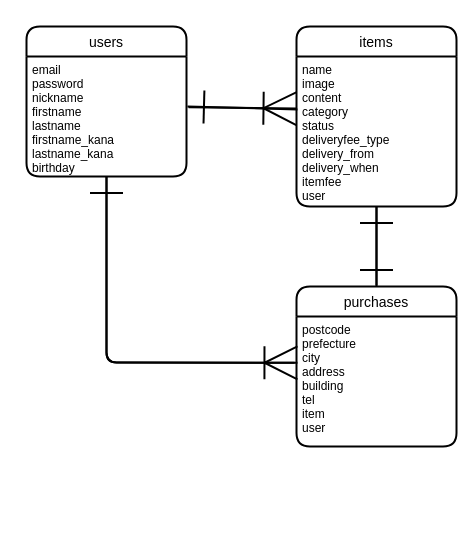
Before: er.dio in ytimesy/furima-38852, a draw.io diagram. Source tidied: cells renumbered, new cells numbered last; positions are measured from the earlier drawing's top-left corner, leaving out a move shared by most shapes. Both pictures are drawn from the tidied source at 100%, with x=0, y=0 at pixel (26, 26).
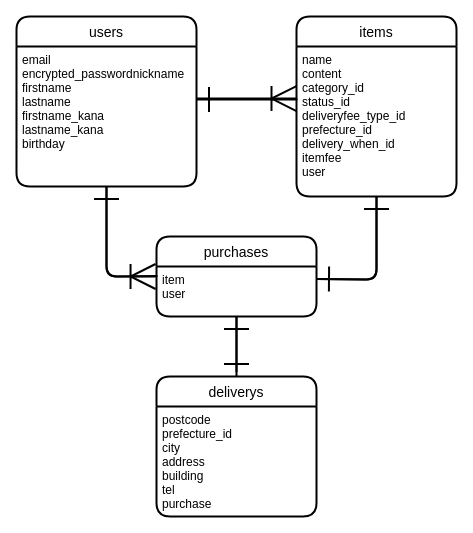
After the change.

Commit message (it also covers changes not shown here):
購入履歴と住所テーブルへ分割

Diff of the diagram source:
```diff
@@
+    <mxCell id="13" style="edgeStyle=none;html=1;exitX=0.5;exitY=1;exitDx=0;exitDy=0;entryX=-0.006;entryY=0.2;entryDx=0;entryDy=0;entryPerimeter=0;endArrow=ERoneToMany;endFill=0;sourcePerimeterSpacing=1;targetPerimeterSpacing=1;strokeColor=default;endSize=22;strokeWidth=2;" parent="1" edge="1" source="7" target="11">
+      <mxGeometry relative="1" as="geometry">
+        <Array as="points">
+          <mxPoint x="80" y="250" />
+        </Array>
+      </mxGeometry>
+    </mxCell>
-    <mxCell id="2" style="edgeStyle=none;html=1;entryX=0.5;entryY=1;entryDx=0;entryDy=0;endArrow=ERone;endFill=0;sourcePerimeterSpacing=1;targetPerimeterSpacing=1;strokeColor=default;exitX=-0.012;exitY=0.356;exitDx=0;exitDy=0;exitPerimeter=0;endSize=30;strokeWidth=2;" parent="1" edge="1" source="11" target="7">
+    <mxCell id="2" style="edgeStyle=none;html=1;entryX=0.5;entryY=1;entryDx=0;entryDy=0;endArrow=ERone;endFill=0;sourcePerimeterSpacing=1;targetPerimeterSpacing=1;strokeColor=default;exitX=0.006;exitY=0.192;exitDx=0;exitDy=0;endSize=22;strokeWidth=2;exitPerimeter=0;" parent="1" edge="1" source="11" target="7">
       <mxGeometry relative="1" as="geometry">
         <Array as="points">
-          <mxPoint x="80" y="336" />
+          <mxPoint x="80" y="250" />
         </Array>
       </mxGeometry>
     </mxCell>
-    <mxCell id="3" style="edgeStyle=none;html=1;exitX=0.006;exitY=0.353;exitDx=0;exitDy=0;endArrow=ERone;endFill=0;sourcePerimeterSpacing=1;targetPerimeterSpacing=1;strokeColor=default;endSize=30;startSize=20;strokeWidth=2;exitPerimeter=0;entryX=1.006;entryY=0.417;entryDx=0;entryDy=0;entryPerimeter=0;" parent="1" edge="1" source="9" target="7">
-      <mxGeometry relative="1" as="geometry" />
+    <mxCell id="3" style="edgeStyle=none;html=1;exitX=0.006;exitY=0.353;exitDx=0;exitDy=0;endArrow=ERone;endFill=0;sourcePerimeterSpacing=1;targetPerimeterSpacing=1;strokeColor=default;endSize=22;startSize=20;strokeWidth=2;exitPerimeter=0;" parent="1" edge="1" source="9">
+      <mxGeometry relative="1" as="geometry">
+        <mxPoint x="170" y="73" as="targetPoint" />
+      </mxGeometry>
     </mxCell>
-    <mxCell id="4" style="edgeStyle=none;html=1;endArrow=ERone;endFill=0;sourcePerimeterSpacing=1;targetPerimeterSpacing=3;strokeColor=default;entryX=0.5;entryY=1;entryDx=0;entryDy=0;endSize=30;strokeWidth=2;" parent="1" edge="1" source="10" target="9">
-      <mxGeometry relative="1" as="geometry" />
+    <mxCell id="4" style="edgeStyle=none;html=1;endArrow=ERone;endFill=0;sourcePerimeterSpacing=1;targetPerimeterSpacing=3;strokeColor=default;entryX=0.5;entryY=1;entryDx=0;entryDy=0;endSize=22;strokeWidth=2;exitX=1;exitY=0.25;exitDx=0;exitDy=0;" parent="1" edge="1" source="11" target="9">
+      <mxGeometry relative="1" as="geometry">
+        <Array as="points">
+          <mxPoint x="350" y="253" />
+        </Array>
+      </mxGeometry>
     </mxCell>
-    <mxCell id="5" style="edgeStyle=none;html=1;exitX=0.5;exitY=1;exitDx=0;exitDy=0;entryX=0.5;entryY=0;entryDx=0;entryDy=0;endArrow=ERone;endFill=0;sourcePerimeterSpacing=1;targetPerimeterSpacing=1;strokeColor=default;strokeWidth=2;endSize=30;startSize=6;jumpSize=13;" parent="1" edge="1" source="9" target="10">
-      <mxGeometry relative="1" as="geometry" />
+    <mxCell id="5" style="edgeStyle=none;html=1;exitX=0.5;exitY=1;exitDx=0;exitDy=0;endArrow=ERone;endFill=0;sourcePerimeterSpacing=1;targetPerimeterSpacing=1;strokeColor=default;strokeWidth=2;endSize=22;startSize=6;jumpSize=13;entryX=1;entryY=0.25;entryDx=0;entryDy=0;" parent="1" edge="1" source="9" target="11">
+      <mxGeometry relative="1" as="geometry">
+        <Array as="points">
+          <mxPoint x="350" y="253" />
+        </Array>
+      </mxGeometry>
     </mxCell>
     <mxCell id="6" value="users" style="swimlane;horizontal=1;startSize=30;rounded=1;fontSize=14;fontStyle=0;strokeWidth=2;shadow=0;dashed=0;align=center;" parent="1" vertex="1">
-      <mxGeometry width="160" height="150" as="geometry" />
+      <mxGeometry x="-10" y="-10" width="180" height="170" as="geometry" />
     </mxCell>
-    <mxCell id="7" value="email&#10;password&#10;nickname&#10;firstname&#10;lastname&#10;firstname_kana&#10;lastname_kana&#10;birthday&#10;" style="align=left;strokeColor=none;fillColor=none;spacingLeft=4;fontSize=12;verticalAlign=top;" parent="6" vertex="1">
-      <mxGeometry y="30" width="160" height="120" as="geometry" />
+    <mxCell id="7" value="email&#10;encrypted_passwordnickname&#10;firstname&#10;lastname&#10;firstname_kana&#10;lastname_kana&#10;birthday&#10;" style="align=left;strokeColor=none;fillColor=none;spacingLeft=4;fontSize=12;verticalAlign=top;" parent="6" vertex="1">
+      <mxGeometry y="30" width="180" height="140" as="geometry" />
     </mxCell>
     <mxCell id="8" value="items" style="swimlane;horizontal=1;startSize=30;rounded=1;fontSize=14;fontStyle=0;strokeWidth=2;shadow=0;dashed=0;align=center;" parent="1" vertex="1">
-      <mxGeometry x="270" width="160" height="180" as="geometry" />
+      <mxGeometry x="270" y="-10" width="160" height="180" as="geometry" />
     </mxCell>
-    <mxCell id="9" value="name&#10;image&#10;content&#10;category&#10;status&#10;deliveryfee_type&#10;delivery_from&#10;delivery_when&#10;itemfee&#10;user&#10;" style="align=left;strokeColor=none;fillColor=none;spacingLeft=4;fontSize=12;verticalAlign=top;" parent="8" vertex="1">
+    <mxCell id="9" value="name&#10;content&#10;category_id&#10;status_id&#10;deliveryfee_type_id&#10;prefecture_id&#10;delivery_when_id&#10;itemfee&#10;user&#10;" style="align=left;strokeColor=none;fillColor=none;spacingLeft=4;fontSize=12;verticalAlign=top;" parent="8" vertex="1">
       <mxGeometry y="30" width="160" height="150" as="geometry" />
     </mxCell>
     <mxCell id="10" value="purchases" style="swimlane;horizontal=1;startSize=30;rounded=1;fontSize=14;fontStyle=0;strokeWidth=2;shadow=0;dashed=0;align=center;" parent="1" vertex="1">
-      <mxGeometry x="270" y="260" width="160" height="160" as="geometry" />
+      <mxGeometry x="130" y="210" width="160" height="80" as="geometry" />
     </mxCell>
-    <mxCell id="11" value="postcode&#10;prefecture&#10;city&#10;address&#10;building&#10;tel&#10;item&#10;user" style="align=left;strokeColor=none;fillColor=none;spacingLeft=4;fontSize=12;verticalAlign=top;" parent="10" vertex="1">
-      <mxGeometry y="30" width="160" height="130" as="geometry" />
+    <mxCell id="11" value="item&#10;user" style="align=left;strokeColor=none;fillColor=none;spacingLeft=4;fontSize=12;verticalAlign=top;" parent="10" vertex="1">
+      <mxGeometry y="30" width="160" height="50" as="geometry" />
     </mxCell>
+    <mxCell id="14" style="edgeStyle=none;html=1;entryX=0.5;entryY=1;entryDx=0;entryDy=0;endArrow=ERone;endFill=0;endSize=22;strokeWidth=2;" parent="10" edge="1" source="10" target="11">
+      <mxGeometry relative="1" as="geometry">
+        <Array as="points">
+          <mxPoint x="80" y="140" />
+        </Array>
+      </mxGeometry>
+    </mxCell>
-    <mxCell id="12" style="edgeStyle=none;html=1;exitX=1.013;exitY=0.423;exitDx=0;exitDy=0;entryX=0;entryY=0.347;entryDx=0;entryDy=0;endArrow=ERoneToMany;endFill=0;strokeColor=default;sourcePerimeterSpacing=1;targetPerimeterSpacing=1;endSize=30;strokeWidth=2;exitPerimeter=0;entryPerimeter=0;" parent="1" edge="1" source="7" target="9">
-      <mxGeometry relative="1" as="geometry" />
+    <mxCell id="12" style="edgeStyle=none;html=1;entryX=0;entryY=0.347;entryDx=0;entryDy=0;endArrow=ERoneToMany;endFill=0;strokeColor=default;sourcePerimeterSpacing=1;targetPerimeterSpacing=1;endSize=22;strokeWidth=2;entryPerimeter=0;" parent="1" edge="1" target="9">
+      <mxGeometry relative="1" as="geometry">
+        <mxPoint x="170" y="72" as="sourcePoint" />
+      </mxGeometry>
     </mxCell>
-    <mxCell id="13" style="edgeStyle=none;html=1;exitX=0.5;exitY=1;exitDx=0;exitDy=0;entryX=0.006;entryY=0.356;entryDx=0;entryDy=0;entryPerimeter=0;endArrow=ERoneToMany;endFill=0;sourcePerimeterSpacing=1;targetPerimeterSpacing=1;strokeColor=default;endSize=30;strokeWidth=2;" parent="1" edge="1" source="7" target="11">
-      <mxGeometry relative="1" as="geometry">
-        <Array as="points">
-          <mxPoint x="80" y="336" />
-        </Array>
-      </mxGeometry>
-    </mxCell>
+    <mxCell id="15" value="deliverys" style="swimlane;horizontal=1;startSize=30;rounded=1;fontSize=14;fontStyle=0;strokeWidth=2;shadow=0;dashed=0;align=center;" parent="1" vertex="1">
+      <mxGeometry x="130" y="350" width="160" height="140" as="geometry" />
+    </mxCell>
+    <mxCell id="16" value="postcode&#10;prefecture_id&#10;city&#10;address&#10;building&#10;tel&#10;purchase" style="align=left;strokeColor=none;fillColor=none;spacingLeft=4;fontSize=12;verticalAlign=top;" parent="15" vertex="1">
+      <mxGeometry y="30" width="160" height="110" as="geometry" />
+    </mxCell>
+    <mxCell id="17" style="edgeStyle=none;html=1;exitX=0.5;exitY=1;exitDx=0;exitDy=0;entryX=0.5;entryY=0;entryDx=0;entryDy=0;endArrow=ERone;endFill=0;endSize=22;strokeWidth=2;" parent="1" edge="1" source="11" target="15">
+      <mxGeometry relative="1" as="geometry" />
+    </mxCell>
```
